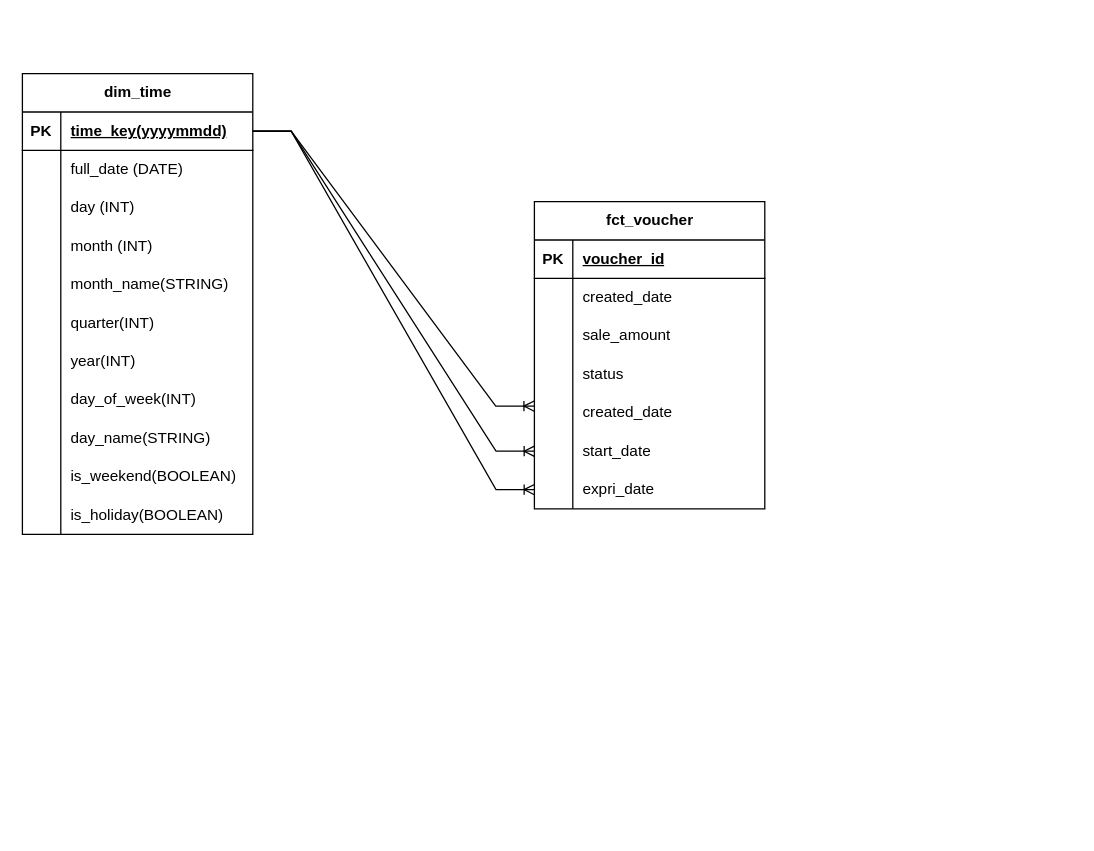
This is page "Page-1" (1 of 2) of Untitled Diagram.drawio from sonnn1505/Studying, a draw.io file, before an edit. Source tidied: cells renumbered, new cells numbered last; positions are measured from the earlier drawing's top-left corner, leaving out a move shared by most shapes. Both pictures are drawn from the tidied source at 128%, with x=0, y=0 at pixel (22, 73).
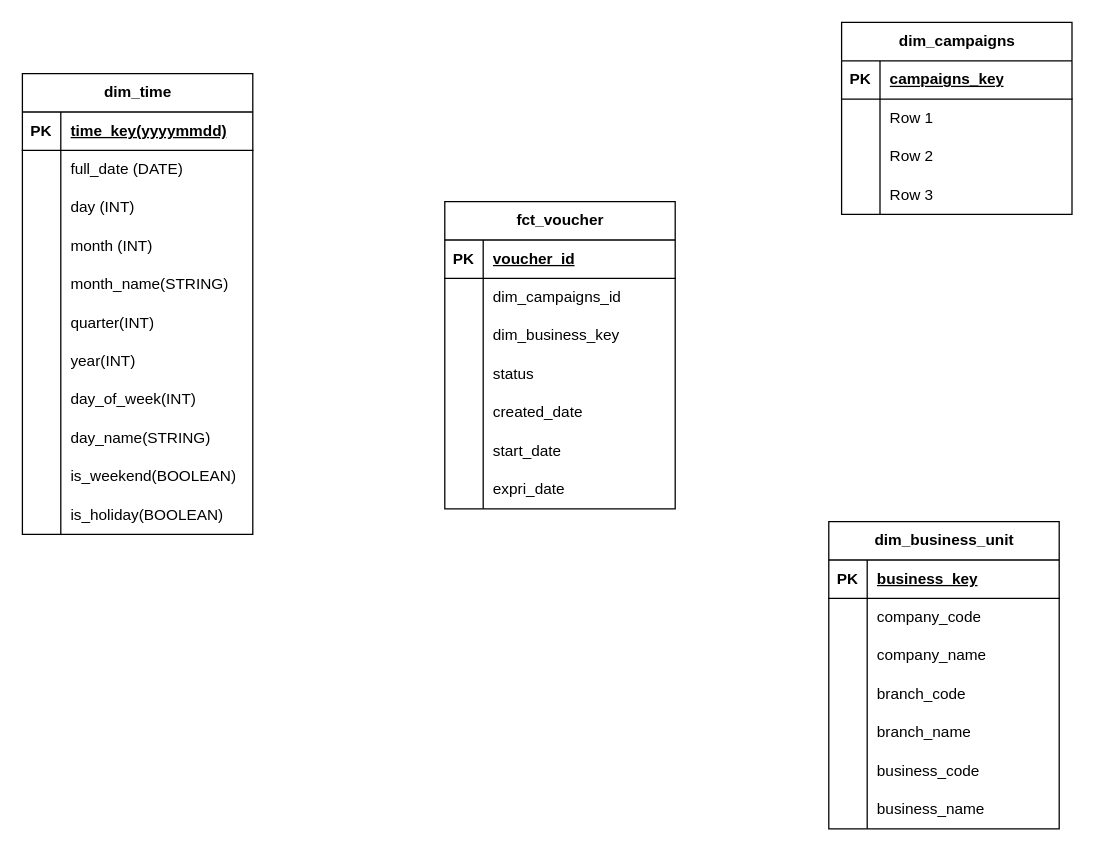
The same page after the edit.

Unchanged cells that the change refers to:
```xml
<mxCell id="3" style="shape=tableRow;horizontal=0;startSize=0;swimlaneHead=0;swimlaneBody=0;fillColor=none;points=[[0,0.5],[1,0.5]];portConstraint=eastwest;top=0;left=0;right=0;bottom=1;" parent="2" vertex="1">
  <mxGeometry y="30" width="180" height="30" as="geometry" />
</mxCell>
<mxCell id="40" style="shape=tableRow;horizontal=0;startSize=0;swimlaneHead=0;swimlaneBody=0;fillColor=none;top=0;left=0;right=0;bottom=0;" parent="36" vertex="1">
  <mxGeometry y="60" width="180" height="30" as="geometry" />
</mxCell>
<mxCell id="43" style="shape=tableRow;horizontal=0;startSize=0;swimlaneHead=0;swimlaneBody=0;fillColor=none;top=0;left=0;right=0;bottom=0;" parent="36" vertex="1">
  <mxGeometry y="90" width="180" height="30" as="geometry" />
</mxCell>
<mxCell id="49" style="shape=tableRow;horizontal=0;startSize=0;swimlaneHead=0;swimlaneBody=0;fillColor=none;points=[[0,0.5],[1,0.5]];portConstraint=eastwest;top=0;left=0;right=0;bottom=0;" parent="36" vertex="1">
  <mxGeometry y="150" width="180" height="30" as="geometry" />
</mxCell>
<mxCell id="52" style="shape=tableRow;horizontal=0;startSize=0;swimlaneHead=0;swimlaneBody=0;fillColor=none;points=[[0,0.5],[1,0.5]];portConstraint=eastwest;top=0;left=0;right=0;bottom=0;" parent="36" vertex="1">
  <mxGeometry y="180" width="180" height="30" as="geometry" />
</mxCell>
<mxCell id="55" style="shape=tableRow;horizontal=0;startSize=0;swimlaneHead=0;swimlaneBody=0;fillColor=none;points=[[0,0.5],[1,0.5]];portConstraint=eastwest;top=0;left=0;right=0;bottom=0;" parent="36" vertex="1">
  <mxGeometry y="210" width="180" height="30" as="geometry" />
</mxCell>
```

Diff of the diagram source:
```diff
@@
     <mxCell id="36" value="fct_voucher" style="shape=table;startSize=30;childLayout=tableLayout;rowLines=0;fontStyle=1;align=center;html=1;" parent="1" vertex="1">
-      <mxGeometry x="400" y="100" width="180" height="240" as="geometry" />
+      <mxGeometry x="330" y="100" width="180" height="240" as="geometry" />
     </mxCell>
@@
-    <mxCell id="42" value="created_date" style="shape=partialRectangle;fillColor=none;top=0;left=0;bottom=0;right=0;align=left;spacingLeft=6;overflow=hidden;whiteSpace=wrap;html=1;" parent="40" vertex="1">
+    <mxCell id="42" value="dim_campaigns_id" style="shape=partialRectangle;fillColor=none;top=0;left=0;bottom=0;right=0;align=left;spacingLeft=6;overflow=hidden;whiteSpace=wrap;html=1;" parent="40" vertex="1">
       <mxGeometry x="30" width="150" height="30" as="geometry" />
     </mxCell>
@@
-    <mxCell id="45" value="sale_amount" style="shape=partialRectangle;fillColor=none;top=0;left=0;bottom=0;right=0;align=left;spacingLeft=6;overflow=hidden;whiteSpace=wrap;html=1;" parent="43" vertex="1">
+    <mxCell id="45" value="dim_business_key" style="shape=partialRectangle;fillColor=none;top=0;left=0;bottom=0;right=0;align=left;spacingLeft=6;overflow=hidden;whiteSpace=wrap;html=1;" parent="43" vertex="1">
       <mxGeometry x="30" width="150" height="30" as="geometry" />
     </mxCell>
@@
-    <mxCell id="58" style="edgeStyle=entityRelationEdgeStyle;fontSize=12;html=1;endArrow=ERoneToMany;rounded=0;entryX=-0.001;entryY=0.326;entryDx=0;entryDy=0;entryPerimeter=0;" parent="1" edge="1" source="3" target="49">
-      <mxGeometry relative="1" as="geometry" />
-    </mxCell>
-    <mxCell id="59" style="edgeStyle=entityRelationEdgeStyle;fontSize=12;html=1;endArrow=ERoneToMany;rounded=0;exitX=1;exitY=0.5;exitDx=0;exitDy=0;" parent="1" edge="1" source="3" target="52">
-      <mxGeometry relative="1" as="geometry" />
-    </mxCell>
-    <mxCell id="60" style="edgeStyle=entityRelationEdgeStyle;fontSize=12;html=1;endArrow=ERoneToMany;rounded=0;" parent="1" edge="1" source="3" target="55">
-      <mxGeometry relative="1" as="geometry" />
-    </mxCell>
+    <mxCell id="61" value="dim_campaigns" style="shape=table;startSize=30;childLayout=tableLayout;rowLines=0;fontStyle=1;align=center;html=1;" parent="1" vertex="1">
+      <mxGeometry x="640" y="-40" width="180" height="150" as="geometry" />
+    </mxCell>
+    <mxCell id="62" style="shape=tableRow;horizontal=0;startSize=0;swimlaneHead=0;swimlaneBody=0;fillColor=none;top=0;left=0;right=0;bottom=1;" parent="61" vertex="1">
+      <mxGeometry y="30" width="180" height="30" as="geometry" />
+    </mxCell>
+    <mxCell id="63" value="PK" style="shape=partialRectangle;fillColor=none;top=0;left=0;bottom=0;right=0;fontStyle=1;overflow=hidden;whiteSpace=wrap;html=1;" parent="62" vertex="1">
+      <mxGeometry width="30" height="30" as="geometry" />
+    </mxCell>
+    <mxCell id="64" value="campaigns_key" style="shape=partialRectangle;fillColor=none;top=0;left=0;bottom=0;right=0;align=left;spacingLeft=6;fontStyle=5;overflow=hidden;whiteSpace=wrap;html=1;" parent="62" vertex="1">
+      <mxGeometry x="30" width="150" height="30" as="geometry" />
+    </mxCell>
+    <mxCell id="65" style="shape=tableRow;horizontal=0;startSize=0;swimlaneHead=0;swimlaneBody=0;fillColor=none;top=0;left=0;right=0;bottom=0;" parent="61" vertex="1">
+      <mxGeometry y="60" width="180" height="30" as="geometry" />
+    </mxCell>
+    <mxCell id="66" style="shape=partialRectangle;fillColor=none;top=0;left=0;bottom=0;right=0;overflow=hidden;whiteSpace=wrap;html=1;" parent="65" vertex="1">
+      <mxGeometry width="30" height="30" as="geometry" />
+    </mxCell>
+    <mxCell id="67" value="Row 1" style="shape=partialRectangle;fillColor=none;top=0;left=0;bottom=0;right=0;align=left;spacingLeft=6;overflow=hidden;whiteSpace=wrap;html=1;" parent="65" vertex="1">
+      <mxGeometry x="30" width="150" height="30" as="geometry" />
+    </mxCell>
+    <mxCell id="68" style="shape=tableRow;horizontal=0;startSize=0;swimlaneHead=0;swimlaneBody=0;fillColor=none;top=0;left=0;right=0;bottom=0;" parent="61" vertex="1">
+      <mxGeometry y="90" width="180" height="30" as="geometry" />
+    </mxCell>
+    <mxCell id="69" style="shape=partialRectangle;fillColor=none;top=0;left=0;bottom=0;right=0;overflow=hidden;whiteSpace=wrap;html=1;" parent="68" vertex="1">
+      <mxGeometry width="30" height="30" as="geometry" />
+    </mxCell>
+    <mxCell id="70" value="Row 2" style="shape=partialRectangle;fillColor=none;top=0;left=0;bottom=0;right=0;align=left;spacingLeft=6;overflow=hidden;whiteSpace=wrap;html=1;" parent="68" vertex="1">
+      <mxGeometry x="30" width="150" height="30" as="geometry" />
+    </mxCell>
+    <mxCell id="71" style="shape=tableRow;horizontal=0;startSize=0;swimlaneHead=0;swimlaneBody=0;fillColor=none;top=0;left=0;right=0;bottom=0;" parent="61" vertex="1">
+      <mxGeometry y="120" width="180" height="30" as="geometry" />
+    </mxCell>
+    <mxCell id="72" style="shape=partialRectangle;fillColor=none;top=0;left=0;bottom=0;right=0;overflow=hidden;whiteSpace=wrap;html=1;" parent="71" vertex="1">
+      <mxGeometry width="30" height="30" as="geometry" />
+    </mxCell>
+    <mxCell id="73" value="Row 3" style="shape=partialRectangle;fillColor=none;top=0;left=0;bottom=0;right=0;align=left;spacingLeft=6;overflow=hidden;whiteSpace=wrap;html=1;" parent="71" vertex="1">
+      <mxGeometry x="30" width="150" height="30" as="geometry" />
+    </mxCell>
+    <mxCell id="74" value="dim_business_unit" style="shape=table;startSize=30;childLayout=tableLayout;rowLines=0;fontStyle=1;align=center;html=1;" parent="1" vertex="1">
+      <mxGeometry x="630" y="350" width="180" height="240" as="geometry" />
+    </mxCell>
+    <mxCell id="75" style="shape=tableRow;horizontal=0;startSize=0;swimlaneHead=0;swimlaneBody=0;fillColor=none;top=0;left=0;right=0;bottom=1;" parent="74" vertex="1">
+      <mxGeometry y="30" width="180" height="30" as="geometry" />
+    </mxCell>
+    <mxCell id="76" value="PK" style="shape=partialRectangle;fillColor=none;top=0;left=0;bottom=0;right=0;fontStyle=1;overflow=hidden;whiteSpace=wrap;html=1;" parent="75" vertex="1">
+      <mxGeometry width="30" height="30" as="geometry" />
+    </mxCell>
+    <mxCell id="77" value="business_key" style="shape=partialRectangle;fillColor=none;top=0;left=0;bottom=0;right=0;align=left;spacingLeft=6;fontStyle=5;overflow=hidden;whiteSpace=wrap;html=1;" parent="75" vertex="1">
+      <mxGeometry x="30" width="150" height="30" as="geometry" />
+    </mxCell>
+    <mxCell id="78" style="shape=tableRow;horizontal=0;startSize=0;swimlaneHead=0;swimlaneBody=0;fillColor=none;top=0;left=0;right=0;bottom=0;" parent="74" vertex="1">
+      <mxGeometry y="60" width="180" height="30" as="geometry" />
+    </mxCell>
+    <mxCell id="79" style="shape=partialRectangle;fillColor=none;top=0;left=0;bottom=0;right=0;overflow=hidden;whiteSpace=wrap;html=1;" parent="78" vertex="1">
+      <mxGeometry width="30" height="30" as="geometry" />
+    </mxCell>
+    <mxCell id="80" value="company_code" style="shape=partialRectangle;fillColor=none;top=0;left=0;bottom=0;right=0;align=left;spacingLeft=6;overflow=hidden;whiteSpace=wrap;html=1;" parent="78" vertex="1">
+      <mxGeometry x="30" width="150" height="30" as="geometry" />
+    </mxCell>
+    <mxCell id="81" style="shape=tableRow;horizontal=0;startSize=0;swimlaneHead=0;swimlaneBody=0;fillColor=none;top=0;left=0;right=0;bottom=0;" parent="74" vertex="1">
+      <mxGeometry y="90" width="180" height="30" as="geometry" />
+    </mxCell>
+    <mxCell id="82" style="shape=partialRectangle;fillColor=none;top=0;left=0;bottom=0;right=0;overflow=hidden;whiteSpace=wrap;html=1;" parent="81" vertex="1">
+      <mxGeometry width="30" height="30" as="geometry" />
+    </mxCell>
+    <mxCell id="83" value="company_name" style="shape=partialRectangle;fillColor=none;top=0;left=0;bottom=0;right=0;align=left;spacingLeft=6;overflow=hidden;whiteSpace=wrap;html=1;" parent="81" vertex="1">
+      <mxGeometry x="30" width="150" height="30" as="geometry" />
+    </mxCell>
+    <mxCell id="84" style="shape=tableRow;horizontal=0;startSize=0;swimlaneHead=0;swimlaneBody=0;fillColor=none;top=0;left=0;right=0;bottom=0;" parent="74" vertex="1">
+      <mxGeometry y="120" width="180" height="30" as="geometry" />
+    </mxCell>
+    <mxCell id="85" style="shape=partialRectangle;fillColor=none;top=0;left=0;bottom=0;right=0;overflow=hidden;whiteSpace=wrap;html=1;" parent="84" vertex="1">
+      <mxGeometry width="30" height="30" as="geometry" />
+    </mxCell>
+    <mxCell id="86" value="branch_code" style="shape=partialRectangle;fillColor=none;top=0;left=0;bottom=0;right=0;align=left;spacingLeft=6;overflow=hidden;whiteSpace=wrap;html=1;" parent="84" vertex="1">
+      <mxGeometry x="30" width="150" height="30" as="geometry" />
+    </mxCell>
+    <mxCell id="87" style="shape=tableRow;horizontal=0;startSize=0;swimlaneHead=0;swimlaneBody=0;fillColor=none;top=0;left=0;right=0;bottom=0;" parent="74" vertex="1">
+      <mxGeometry y="150" width="180" height="30" as="geometry" />
+    </mxCell>
+    <mxCell id="88" style="shape=partialRectangle;fillColor=none;top=0;left=0;bottom=0;right=0;overflow=hidden;whiteSpace=wrap;html=1;" parent="87" vertex="1">
+      <mxGeometry width="30" height="30" as="geometry" />
+    </mxCell>
+    <mxCell id="89" value="branch_name" style="shape=partialRectangle;fillColor=none;top=0;left=0;bottom=0;right=0;align=left;spacingLeft=6;overflow=hidden;whiteSpace=wrap;html=1;" parent="87" vertex="1">
+      <mxGeometry x="30" width="150" height="30" as="geometry" />
+    </mxCell>
+    <mxCell id="90" style="shape=tableRow;horizontal=0;startSize=0;swimlaneHead=0;swimlaneBody=0;fillColor=none;top=0;left=0;right=0;bottom=0;" parent="74" vertex="1">
+      <mxGeometry y="180" width="180" height="30" as="geometry" />
+    </mxCell>
+    <mxCell id="91" style="shape=partialRectangle;fillColor=none;top=0;left=0;bottom=0;right=0;overflow=hidden;whiteSpace=wrap;html=1;" parent="90" vertex="1">
+      <mxGeometry width="30" height="30" as="geometry" />
+    </mxCell>
+    <mxCell id="92" value="business_code" style="shape=partialRectangle;fillColor=none;top=0;left=0;bottom=0;right=0;align=left;spacingLeft=6;overflow=hidden;whiteSpace=wrap;html=1;" parent="90" vertex="1">
+      <mxGeometry x="30" width="150" height="30" as="geometry" />
+    </mxCell>
+    <mxCell id="93" style="shape=tableRow;horizontal=0;startSize=0;swimlaneHead=0;swimlaneBody=0;fillColor=none;top=0;left=0;right=0;bottom=0;" parent="74" vertex="1">
+      <mxGeometry y="210" width="180" height="30" as="geometry" />
+    </mxCell>
+    <mxCell id="94" style="shape=partialRectangle;fillColor=none;top=0;left=0;bottom=0;right=0;overflow=hidden;whiteSpace=wrap;html=1;" parent="93" vertex="1">
+      <mxGeometry width="30" height="30" as="geometry" />
+    </mxCell>
+    <mxCell id="95" value="business_name" style="shape=partialRectangle;fillColor=none;top=0;left=0;bottom=0;right=0;align=left;spacingLeft=6;overflow=hidden;whiteSpace=wrap;html=1;" parent="93" vertex="1">
+      <mxGeometry x="30" width="150" height="30" as="geometry" />
+    </mxCell>
```
